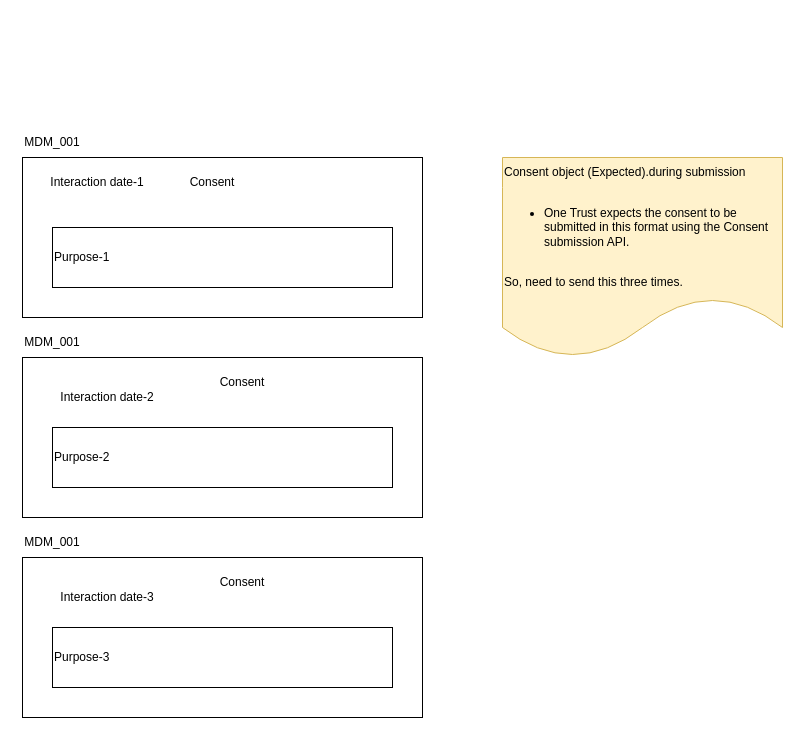
Earlier version of the draw.io diagram page "MDM-OT" (2 of 3) of TME-3.drawio (biswarup81/drawings). Source tidied: cells renumbered, new cells numbered last; positions are measured from the earlier drawing's top-left corner, leaving out a move shared by most shapes. Both pictures are drawn from the tidied source at 100%, with x=0, y=0 at pixel (22, 127).
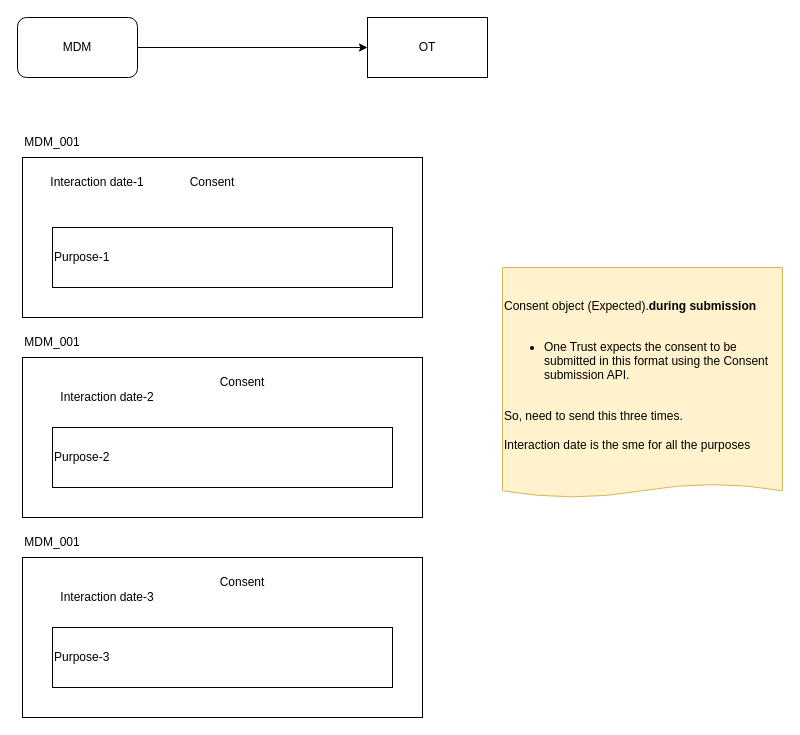
After the change.

The edit, as a diff of the source:
```diff
@@
-    <mxCell id="6" value="Consent object (Expected).during submission&lt;br&gt;&lt;br&gt;&lt;div style=&quot;&quot;&gt;&lt;ul&gt;&lt;li style=&quot;&quot;&gt;&lt;span style=&quot;background-color: initial;&quot;&gt;One Trust expects the consent to be submitted in this format using the Consent submission API.&lt;/span&gt;&lt;/li&gt;&lt;/ul&gt;&lt;div&gt;&lt;br&gt;&lt;/div&gt;&lt;div&gt;So, need to send this three times.&lt;/div&gt;&lt;/div&gt;" style="shape=document;whiteSpace=wrap;html=1;boundedLbl=1;fillColor=#fff2cc;strokeColor=#d6b656;align=left;" parent="1" vertex="1">
-      <mxGeometry x="480" y="30" width="280" height="200" as="geometry" />
+    <mxCell id="6" value="Consent object (Expected).&lt;b&gt;during submission&lt;/b&gt;&lt;br&gt;&lt;br&gt;&lt;div style=&quot;&quot;&gt;&lt;ul&gt;&lt;li style=&quot;&quot;&gt;&lt;span style=&quot;background-color: initial;&quot;&gt;One Trust expects the consent to be submitted in this format using the Consent submission API.&lt;/span&gt;&lt;/li&gt;&lt;/ul&gt;&lt;div&gt;&lt;br&gt;&lt;/div&gt;&lt;div&gt;So, need to send this three times.&lt;/div&gt;&lt;div&gt;&lt;br&gt;&lt;/div&gt;&lt;div&gt;Interaction date is the sme for all the purposes&lt;/div&gt;&lt;/div&gt;" style="shape=document;whiteSpace=wrap;html=1;boundedLbl=1;fillColor=#fff2cc;strokeColor=#d6b656;align=left;size=0.058823529411764705;" parent="1" vertex="1">
+      <mxGeometry x="480" y="140" width="280" height="230" as="geometry" />
     </mxCell>
@@
+    <mxCell id="18" value="OT" style="rounded=0;whiteSpace=wrap;html=1;" parent="1" vertex="1">
+      <mxGeometry x="345" y="-110" width="120" height="60" as="geometry" />
+    </mxCell>
+    <mxCell id="19" style="edgeStyle=orthogonalEdgeStyle;rounded=0;jettySize=auto;html=1;" parent="1" edge="1" source="20" target="18">
+      <mxGeometry relative="1" as="geometry" />
+    </mxCell>
+    <mxCell id="20" value="MDM" style="rounded=1;whiteSpace=wrap;html=1;" parent="1" vertex="1">
+      <mxGeometry x="-5" y="-110" width="120" height="60" as="geometry" />
+    </mxCell>
```
